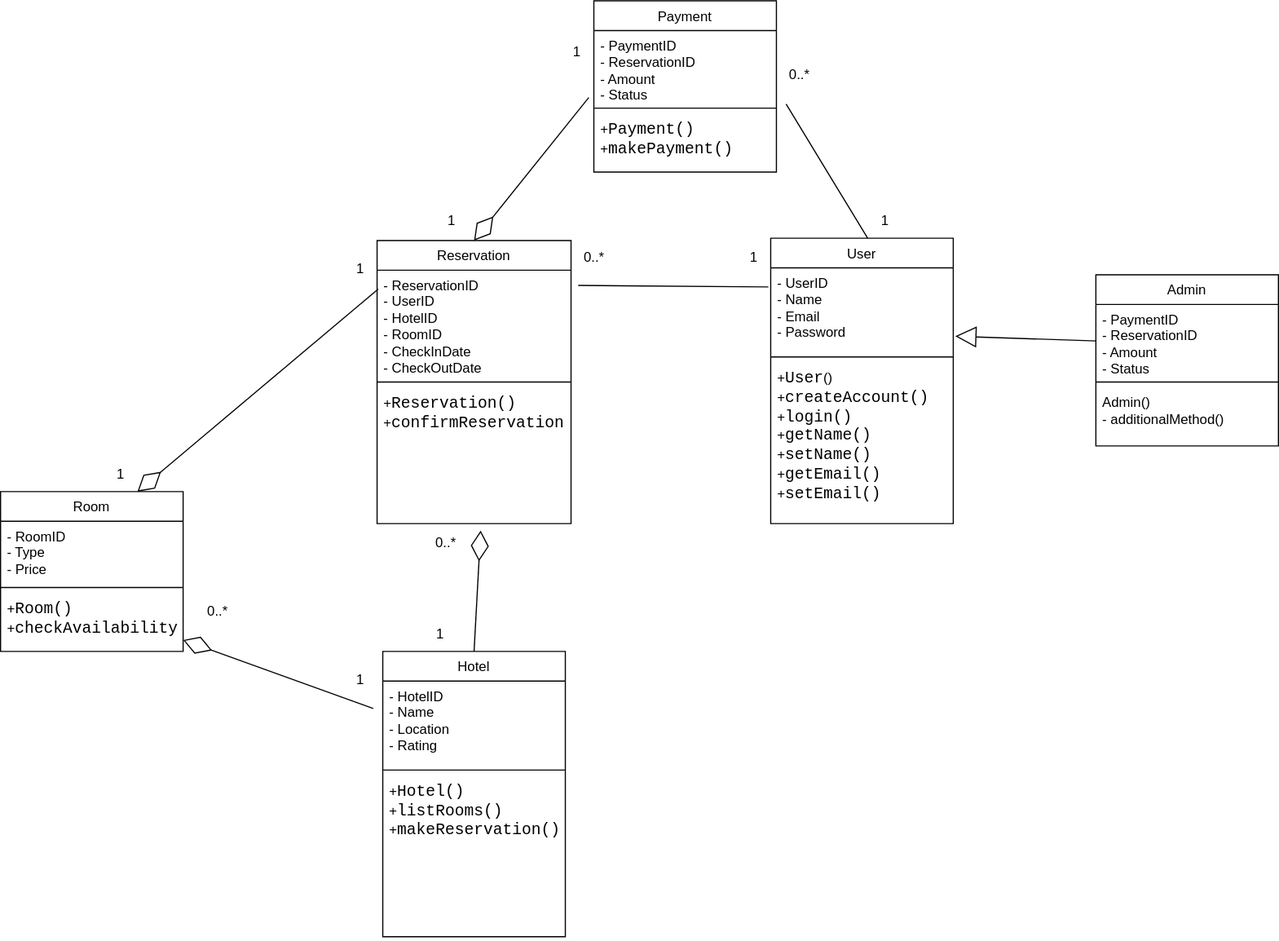
Earlier version of the draw.io export система бронювання готелів.svg (garbich/28.10.2023). Source tidied: cells renumbered, new cells last; positions are measured from the earlier drawing's top-left corner, leaving out a move shared by most shapes.
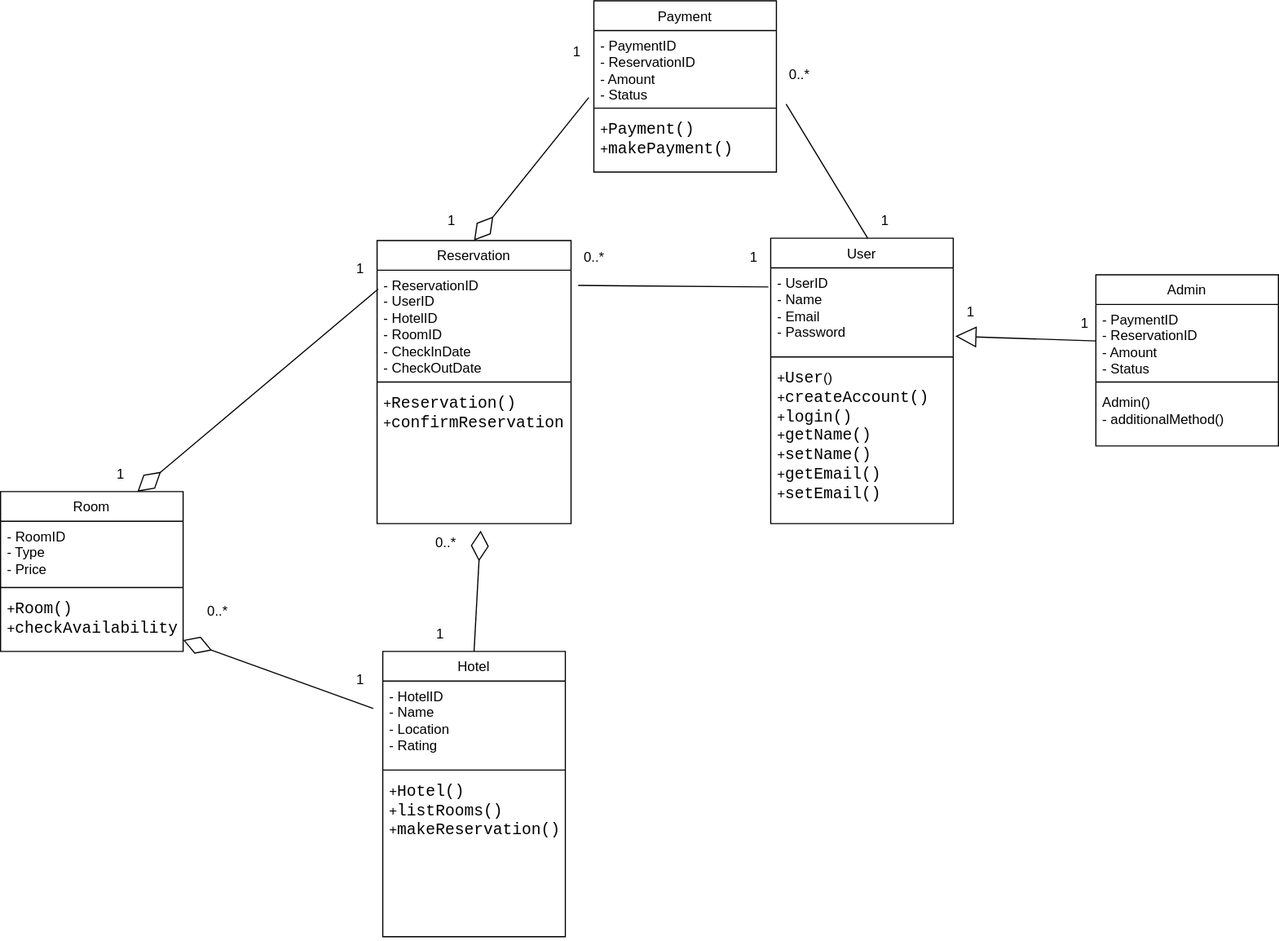
Above is the later version.

Diff of the diagram source:
```diff
@@ -139,5 +139,11 @@
         <mxPoint x="331" y="252.5" as="sourcePoint" />
       </mxGeometry>
     </mxCell>
+    <mxCell id="45" value="1" style="text;html=1;align=center;verticalAlign=middle;strokeColor=none;fillColor=none;" parent="1" vertex="1">
+      <mxGeometry x="935" y="268" width="30" height="30" as="geometry" />
+    </mxCell>
+    <mxCell id="46" value="1" style="text;html=1;align=center;verticalAlign=middle;strokeColor=none;fillColor=none;" parent="1" vertex="1">
+      <mxGeometry x="835" y="258" width="30" height="30" as="geometry" />
+    </mxCell>
   </root>
 </mxGraphModel>
```
